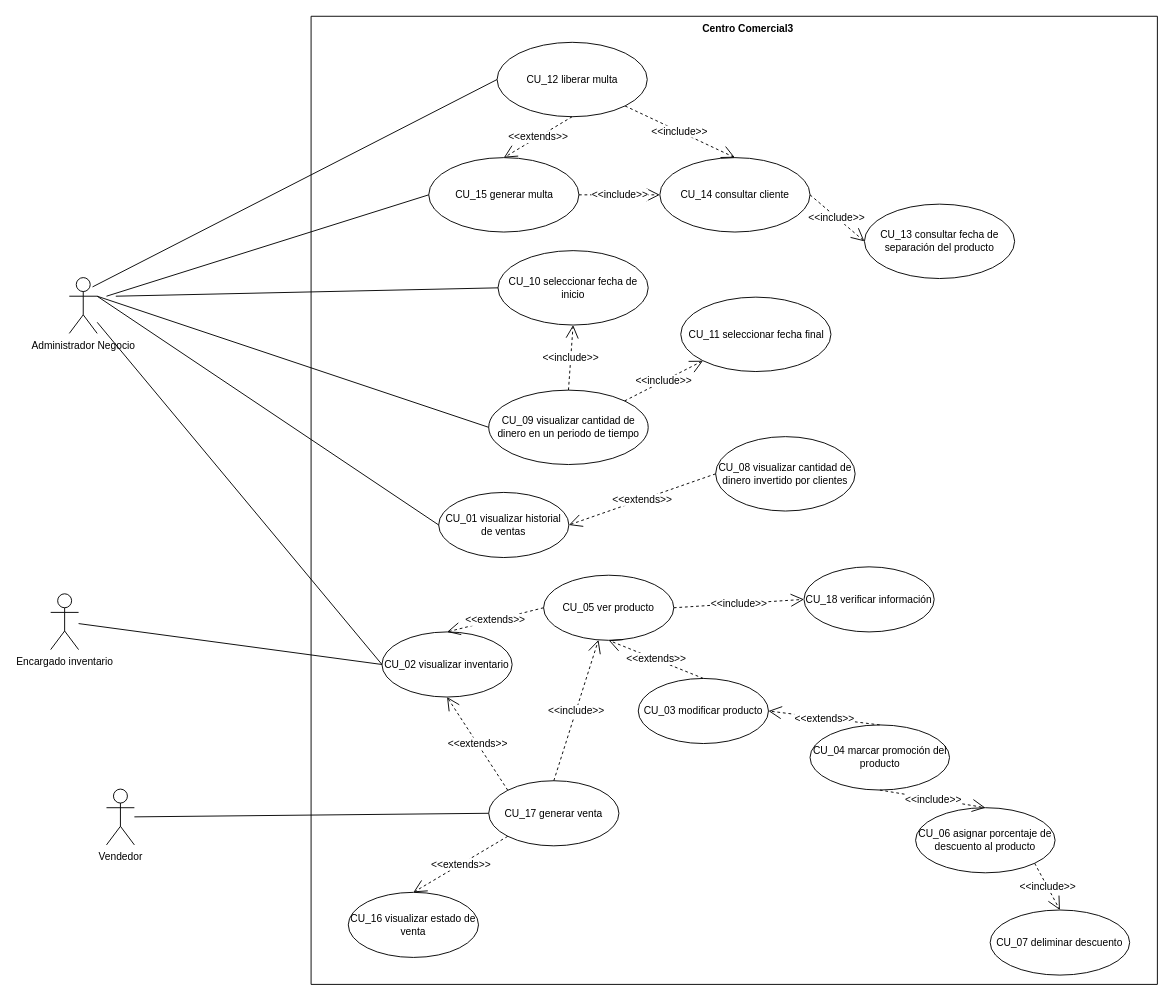
Before: page "Página-4" (4 of 5) of Diagrama sin título.drawio in dvdm12/Exercices, a draw.io diagram. Source tidied: cells renumbered, new cells numbered last; positions are measured from the earlier drawing's top-left corner, leaving out a move shared by most shapes. Both pictures are drawn from the tidied source at 93%, with x=0, y=0 at pixel (50, 16).
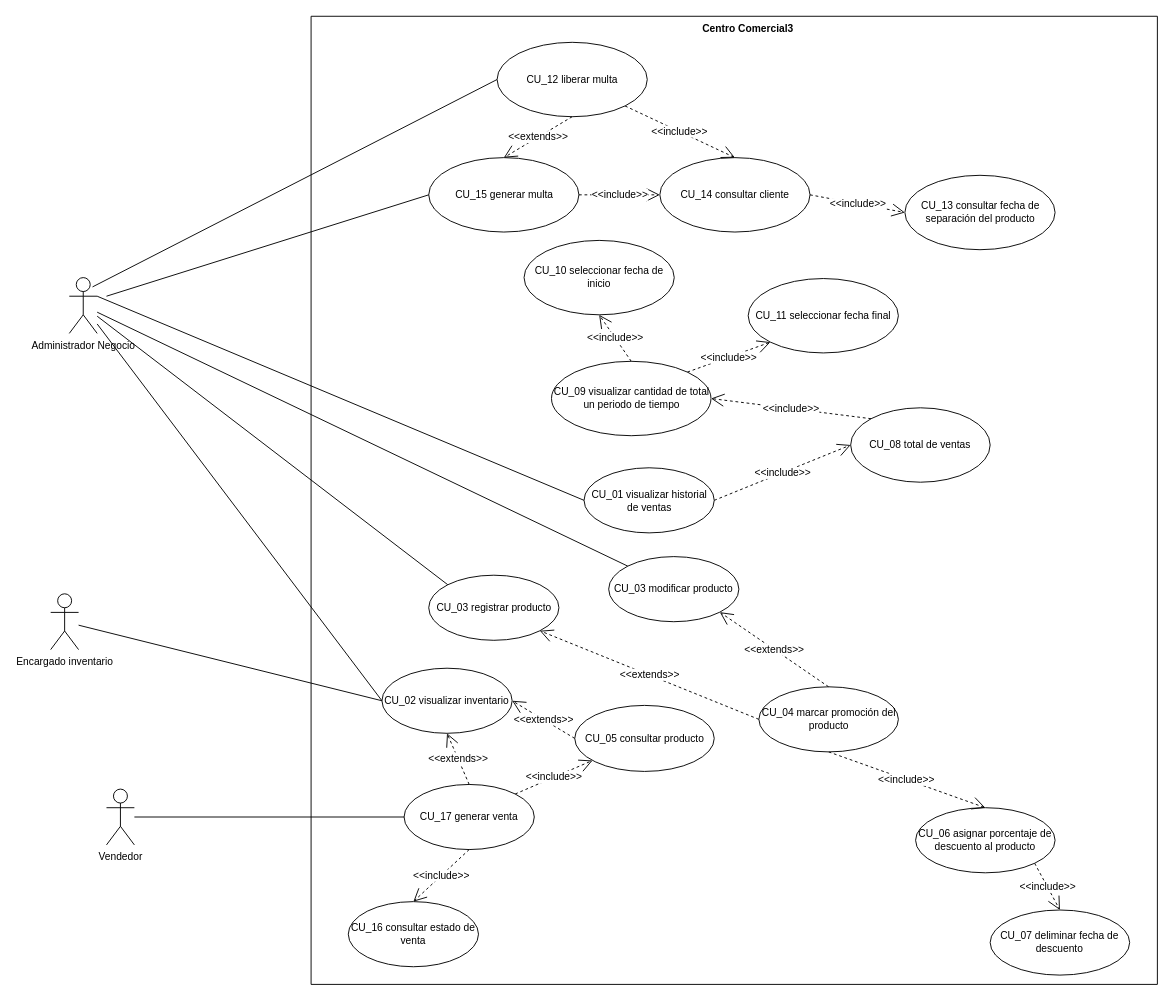
The same diagram, later.

Unchanged cells that the change refers to:
```xml
<mxCell id="2" value="Administrador Negocio" style="shape=umlActor;verticalLabelPosition=bottom;verticalAlign=top;html=1;outlineConnect=0;fontSize=11;" parent="1" vertex="1">
  <mxGeometry x="20" y="281" width="30" height="60" as="geometry" />
</mxCell>
<mxCell id="3" style="swimlane;startSize=0;fontSize=11;" parent="1" vertex="1">
  <mxGeometry x="280" width="910" height="1041" as="geometry" />
</mxCell>
```

Diff of the diagram source:
```diff
@@
     <mxCell id="5" value="CU_02 visualizar inventario" style="ellipse;whiteSpace=wrap;html=1;fontSize=11;" parent="3" vertex="1">
-      <mxGeometry x="76.2" y="662" width="140" height="70" as="geometry" />
+      <mxGeometry x="76.2" y="701" width="140" height="70" as="geometry" />
     </mxCell>
     <mxCell id="6" value="CU_03 modificar producto" style="ellipse;whiteSpace=wrap;html=1;fontSize=11;" parent="3" vertex="1">
-      <mxGeometry x="351.8" y="712" width="140" height="70" as="geometry" />
+      <mxGeometry x="320" y="581" width="140" height="70" as="geometry" />
     </mxCell>
     <mxCell id="7" value="CU_04 marcar promoción del producto" style="ellipse;whiteSpace=wrap;html=1;fontSize=11;" parent="3" vertex="1">
-      <mxGeometry x="536.5" y="762" width="150" height="70" as="geometry" />
+      <mxGeometry x="481.5" y="721" width="150" height="70" as="geometry" />
     </mxCell>
-    <mxCell id="8" value="&amp;lt;&amp;lt;extends&amp;gt;&amp;gt;" style="endArrow=open;endSize=12;dashed=1;html=1;rounded=0;exitX=0.5;exitY=0;exitDx=0;exitDy=0;entryX=1;entryY=0.5;entryDx=0;entryDy=0;" parent="3" edge="1" source="7" target="6">
+    <mxCell id="8" value="&amp;lt;&amp;lt;extends&amp;gt;&amp;gt;" style="endArrow=open;endSize=12;dashed=1;html=1;rounded=0;exitX=0.5;exitY=0;exitDx=0;exitDy=0;entryX=1;entryY=1;entryDx=0;entryDy=0;" parent="3" edge="1" source="7" target="6">
       <mxGeometry relative="1" as="geometry" />
     </mxCell>
-    <mxCell id="9" value="CU_05 ver producto" style="ellipse;whiteSpace=wrap;html=1;fontSize=11;" parent="3" vertex="1">
-      <mxGeometry x="250" y="601" width="140" height="70" as="geometry" />
+    <mxCell id="9" value="CU_05 consultar producto" style="ellipse;whiteSpace=wrap;html=1;fontSize=11;" parent="3" vertex="1">
+      <mxGeometry x="283.5" y="741" width="150" height="71" as="geometry" />
     </mxCell>
@@
-    <mxCell id="11" value="CU_07 deliminar descuento" style="ellipse;whiteSpace=wrap;html=1;fontSize=11;" parent="3" vertex="1">
+    <mxCell id="11" value="CU_07 deliminar fecha de descuento" style="ellipse;whiteSpace=wrap;html=1;fontSize=11;" parent="3" vertex="1">
       <mxGeometry x="730.2" y="961" width="150" height="70" as="geometry" />
     </mxCell>
@@
-    <mxCell id="14" value="&amp;lt;&amp;lt;extends&amp;gt;&amp;gt;" style="endArrow=open;endSize=12;dashed=1;html=1;rounded=0;exitX=0.5;exitY=0;exitDx=0;exitDy=0;entryX=0.5;entryY=1;entryDx=0;entryDy=0;" parent="3" edge="1" source="6" target="9">
-      <mxGeometry relative="1" as="geometry" />
-    </mxCell>
     <mxCell id="15" value="CU_01 visualizar historial de ventas" style="ellipse;whiteSpace=wrap;html=1;fontSize=11;" parent="3" vertex="1">
-      <mxGeometry x="137.2" y="512" width="140" height="70" as="geometry" />
+      <mxGeometry x="293.5" y="485.5" width="140" height="70" as="geometry" />
     </mxCell>
-    <mxCell id="16" value="CU_08 visualizar cantidad de dinero invertido por clientes" style="ellipse;whiteSpace=wrap;html=1;fontSize=11;" parent="3" vertex="1">
-      <mxGeometry x="435" y="452" width="150" height="80" as="geometry" />
+    <mxCell id="16" value="CU_08 total de ventas" style="ellipse;whiteSpace=wrap;html=1;fontSize=11;" parent="3" vertex="1">
+      <mxGeometry x="580.2" y="421" width="150" height="80" as="geometry" />
     </mxCell>
-    <mxCell id="17" value="&amp;lt;&amp;lt;extends&amp;gt;&amp;gt;" style="endArrow=open;endSize=12;dashed=1;html=1;rounded=0;exitX=0;exitY=0.5;exitDx=0;exitDy=0;entryX=1;entryY=0.5;entryDx=0;entryDy=0;" parent="3" edge="1" source="16" target="15">
-      <mxGeometry relative="1" as="geometry" />
-    </mxCell>
-    <mxCell id="18" value="CU_09 visualizar cantidad de dinero en un periodo de tiempo" style="ellipse;whiteSpace=wrap;html=1;fontSize=11;" parent="3" vertex="1">
-      <mxGeometry x="191" y="402" width="171.5" height="80" as="geometry" />
+    <mxCell id="18" value="CU_09 visualizar cantidad de total un periodo de tiempo" style="ellipse;whiteSpace=wrap;html=1;fontSize=11;" parent="3" vertex="1">
+      <mxGeometry x="258.5" y="371" width="171.5" height="80" as="geometry" />
     </mxCell>
     <mxCell id="19" value="CU_10 seleccionar fecha de inicio" style="ellipse;whiteSpace=wrap;html=1;fontSize=11;" parent="3" vertex="1">
-      <mxGeometry x="201" y="252" width="161.5" height="80" as="geometry" />
+      <mxGeometry x="229" y="241" width="161.5" height="80" as="geometry" />
     </mxCell>
@@
     <mxCell id="21" value="CU_11 seleccionar fecha final" style="ellipse;whiteSpace=wrap;html=1;fontSize=11;" parent="3" vertex="1">
-      <mxGeometry x="397.5" y="302" width="161.5" height="80" as="geometry" />
+      <mxGeometry x="470" y="282" width="161.5" height="80" as="geometry" />
     </mxCell>
@@
     <mxCell id="25" value="CU_13 consultar fecha de separación del producto " style="ellipse;whiteSpace=wrap;html=1;fontSize=11;" parent="3" vertex="1">
-      <mxGeometry x="595" y="202" width="161.5" height="80" as="geometry" />
+      <mxGeometry x="638.5" y="171" width="161.5" height="80" as="geometry" />
     </mxCell>
@@
-    <mxCell id="31" value="CU_18 verificar información" style="ellipse;whiteSpace=wrap;html=1;fontSize=11;" parent="3" vertex="1">
-      <mxGeometry x="530" y="592" width="140" height="70" as="geometry" />
-    </mxCell>
-    <mxCell id="32" value="&amp;lt;&amp;lt;include&amp;gt;&amp;gt;" style="endArrow=open;endSize=12;dashed=1;html=1;rounded=0;exitX=1;exitY=0.5;exitDx=0;exitDy=0;entryX=0;entryY=0.5;entryDx=0;entryDy=0;" parent="3" edge="1" source="9" target="31">
-      <mxGeometry relative="1" as="geometry" />
-    </mxCell>
-    <mxCell id="33" value="&amp;lt;&amp;lt;extends&amp;gt;&amp;gt;" style="endArrow=open;endSize=12;dashed=1;html=1;rounded=0;exitX=0;exitY=0.5;exitDx=0;exitDy=0;entryX=0.5;entryY=0;entryDx=0;entryDy=0;" parent="3" edge="1" source="9" target="5">
+    <mxCell id="33" value="&amp;lt;&amp;lt;extends&amp;gt;&amp;gt;" style="endArrow=open;endSize=12;dashed=1;html=1;rounded=0;exitX=0;exitY=0.5;exitDx=0;exitDy=0;entryX=1;entryY=0.5;entryDx=0;entryDy=0;" parent="3" edge="1" source="9" target="5">
       <mxGeometry relative="1" as="geometry" />
     </mxCell>
     <mxCell id="34" value="CU_17 generar venta" style="ellipse;whiteSpace=wrap;html=1;fontSize=11;" parent="3" vertex="1">
-      <mxGeometry x="191" y="822" width="140" height="70" as="geometry" />
+      <mxGeometry x="100" y="826" width="140" height="70" as="geometry" />
     </mxCell>
-    <mxCell id="35" value="&amp;lt;&amp;lt;extends&amp;gt;&amp;gt;" style="endArrow=open;endSize=12;dashed=1;html=1;rounded=0;exitX=0;exitY=0;exitDx=0;exitDy=0;entryX=0.5;entryY=1;entryDx=0;entryDy=0;" parent="3" edge="1" source="34" target="5">
+    <mxCell id="35" value="&amp;lt;&amp;lt;extends&amp;gt;&amp;gt;" style="endArrow=open;endSize=12;dashed=1;html=1;rounded=0;exitX=0.5;exitY=0;exitDx=0;exitDy=0;entryX=0.5;entryY=1;entryDx=0;entryDy=0;" parent="3" edge="1" source="34" target="5">
       <mxGeometry relative="1" as="geometry" />
     </mxCell>
-    <mxCell id="36" value="&amp;lt;&amp;lt;include&amp;gt;&amp;gt;" style="endArrow=open;endSize=12;dashed=1;html=1;rounded=0;exitX=0.5;exitY=0;exitDx=0;exitDy=0;" parent="3" edge="1" source="34" target="9">
+    <mxCell id="36" value="&amp;lt;&amp;lt;include&amp;gt;&amp;gt;" style="endArrow=open;endSize=12;dashed=1;html=1;rounded=0;exitX=1;exitY=0;exitDx=0;exitDy=0;" parent="3" edge="1" source="34" target="9">
       <mxGeometry relative="1" as="geometry" />
     </mxCell>
-    <mxCell id="37" value="CU_16 visualizar estado de venta" style="ellipse;whiteSpace=wrap;html=1;fontSize=11;" parent="3" vertex="1">
-      <mxGeometry x="40" y="942" width="140" height="70" as="geometry" />
+    <mxCell id="37" value="CU_16 consultar estado de venta" style="ellipse;whiteSpace=wrap;html=1;fontSize=11;" parent="3" vertex="1">
+      <mxGeometry x="40" y="952" width="140" height="70" as="geometry" />
     </mxCell>
+    <mxCell id="49" value="&amp;lt;&amp;lt;include&amp;gt;&amp;gt;" style="endArrow=open;endSize=12;dashed=1;html=1;rounded=0;exitX=0;exitY=0;exitDx=0;exitDy=0;entryX=1;entryY=0.5;entryDx=0;entryDy=0;" parent="3" edge="1" source="16" target="18">
+      <mxGeometry relative="1" as="geometry" />
+    </mxCell>
+    <mxCell id="32" value="&amp;lt;&amp;lt;include&amp;gt;&amp;gt;" style="endArrow=open;endSize=12;dashed=1;html=1;rounded=0;exitX=1;exitY=0.5;exitDx=0;exitDy=0;entryX=0;entryY=0.5;entryDx=0;entryDy=0;" parent="3" edge="1" source="15" target="16">
+      <mxGeometry relative="1" as="geometry" />
+    </mxCell>
+    <mxCell id="50" value="CU_03 registrar producto" style="ellipse;whiteSpace=wrap;html=1;fontSize=11;" parent="3" vertex="1">
+      <mxGeometry x="126.5" y="601" width="140" height="70" as="geometry" />
+    </mxCell>
-    <mxCell id="38" value="&amp;lt;&amp;lt;extends&amp;gt;&amp;gt;" style="endArrow=open;endSize=12;dashed=1;html=1;rounded=0;exitX=0;exitY=1;exitDx=0;exitDy=0;entryX=0.5;entryY=0;entryDx=0;entryDy=0;" parent="3" edge="1" source="34" target="37">
+    <mxCell id="38" value="&amp;lt;&amp;lt;include&amp;gt;&amp;gt;" style="endArrow=open;endSize=12;dashed=1;html=1;rounded=0;exitX=0.5;exitY=1;exitDx=0;exitDy=0;entryX=0.5;entryY=0;entryDx=0;entryDy=0;" parent="3" edge="1" source="34" target="37">
       <mxGeometry relative="1" as="geometry" />
     </mxCell>
+    <mxCell id="51" value="&amp;lt;&amp;lt;extends&amp;gt;&amp;gt;" style="endArrow=open;endSize=12;dashed=1;html=1;rounded=0;exitX=0;exitY=0.5;exitDx=0;exitDy=0;entryX=1;entryY=1;entryDx=0;entryDy=0;" parent="3" edge="1" source="7" target="50">
+      <mxGeometry relative="1" as="geometry" />
+    </mxCell>
@@
-    <mxCell id="43" style="endArrow=none;html=1;rounded=0;fontSize=11;entryX=0;entryY=0.5;entryDx=0;entryDy=0;" parent="1" edge="1" target="19">
-      <mxGeometry relative="1" as="geometry">
-        <mxPoint x="70" y="301" as="sourcePoint" />
-      </mxGeometry>
-    </mxCell>
-    <mxCell id="44" style="endArrow=none;html=1;rounded=0;fontSize=11;entryX=0;entryY=0.5;entryDx=0;entryDy=0;" parent="1" edge="1" target="18">
-      <mxGeometry relative="1" as="geometry">
-        <mxPoint x="50" y="301" as="sourcePoint" />
-      </mxGeometry>
-    </mxCell>
@@
+    <mxCell id="52" style="endArrow=none;html=1;rounded=0;fontSize=11;entryX=0;entryY=0;entryDx=0;entryDy=0;" parent="1" edge="1" source="2" target="50">
+      <mxGeometry relative="1" as="geometry" />
+    </mxCell>
+    <mxCell id="53" style="endArrow=none;html=1;rounded=0;fontSize=11;entryX=0;entryY=0;entryDx=0;entryDy=0;" parent="1" edge="1" source="2" target="6">
+      <mxGeometry relative="1" as="geometry" />
+    </mxCell>
```
